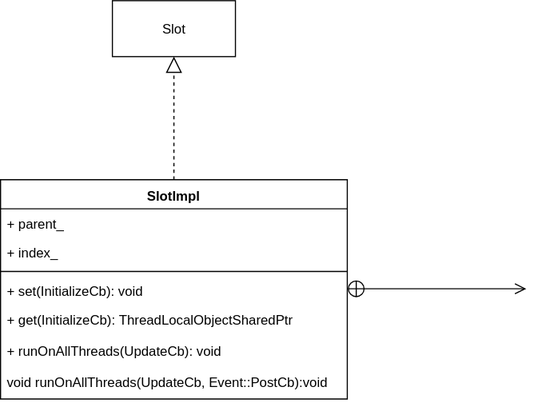
Before: envoy/assets/threadlocalclass.drawio.svg, a diagram exported from draw.io (pycer/note). Source tidied: cells renumbered, new cells last; positions are measured from the earlier drawing's top-left corner, leaving out a move shared by most shapes. Its diagram source:
```xml
<mxGraphModel>
  <root>
    <mxCell id="0" />
    <mxCell id="1" parent="0" />
    <mxCell id="2" value="Slot" style="html=1;" parent="1" vertex="1">
      <mxGeometry x="100" width="110" height="50" as="geometry" />
    </mxCell>
    <mxCell id="3" value="SlotImpl" style="swimlane;fontStyle=1;align=center;verticalAlign=top;horizontal=1;startSize=26;" parent="1" vertex="1">
      <mxGeometry y="160" width="310" height="196" as="geometry" />
    </mxCell>
    <mxCell id="4" value="+ parent_" style="text;strokeColor=none;fillColor=none;align=left;verticalAlign=top;spacingLeft=4;spacingRight=4;overflow=hidden;" parent="3" vertex="1">
      <mxGeometry y="26" width="310" height="26" as="geometry" />
    </mxCell>
    <mxCell id="5" value="+ index_" style="text;strokeColor=none;fillColor=none;align=left;verticalAlign=top;spacingLeft=4;spacingRight=4;overflow=hidden;" parent="3" vertex="1">
      <mxGeometry y="52" width="310" height="26" as="geometry" />
    </mxCell>
    <mxCell id="6" style="line;strokeWidth=1;fillColor=none;align=left;verticalAlign=middle;spacingTop=-1;spacingLeft=3;spacingRight=3;labelPosition=right;" parent="3" vertex="1">
      <mxGeometry y="78" width="310" height="8" as="geometry" />
    </mxCell>
    <mxCell id="7" value="+ set(InitializeCb): void" style="text;strokeColor=none;fillColor=none;align=left;verticalAlign=top;spacingLeft=4;spacingRight=4;overflow=hidden;" parent="3" vertex="1">
      <mxGeometry y="86" width="310" height="26" as="geometry" />
    </mxCell>
    <mxCell id="8" value="+ get(InitializeCb): ThreadLocalObjectSharedPtr" style="text;strokeColor=none;fillColor=none;align=left;verticalAlign=top;spacingLeft=4;spacingRight=4;overflow=hidden;fontColor=#000000;" parent="3" vertex="1">
      <mxGeometry y="112" width="310" height="28" as="geometry" />
    </mxCell>
    <mxCell id="9" value="+ runOnAllThreads(UpdateCb): void" style="text;strokeColor=none;fillColor=none;align=left;verticalAlign=top;spacingLeft=4;spacingRight=4;overflow=hidden;fontColor=#000000;" parent="3" vertex="1">
      <mxGeometry y="140" width="310" height="28" as="geometry" />
    </mxCell>
    <mxCell id="10" value="void runOnAllThreads(UpdateCb, Event::PostCb):void" style="text;strokeColor=none;fillColor=none;align=left;verticalAlign=top;spacingLeft=4;spacingRight=4;overflow=hidden;fontColor=#000000;" parent="3" vertex="1">
      <mxGeometry y="168" width="310" height="28" as="geometry" />
    </mxCell>
    <mxCell id="11" style="endArrow=block;dashed=1;endFill=0;endSize=12;html=1;entryX=0.5;entryY=1;entryDx=0;entryDy=0;exitX=0.5;exitY=0;exitDx=0;exitDy=0;" parent="1" edge="1" source="3" target="2">
      <mxGeometry relative="1" as="geometry" />
    </mxCell>
    <mxCell id="12" style="endArrow=open;startArrow=circlePlus;endFill=0;startFill=0;endSize=8;html=1;fontColor=#000000;" parent="1" edge="1">
      <mxGeometry relative="1" as="geometry">
        <mxPoint x="310" y="257.5" as="sourcePoint" />
        <mxPoint x="470" y="257.5" as="targetPoint" />
      </mxGeometry>
    </mxCell>
  </root>
</mxGraphModel>
```
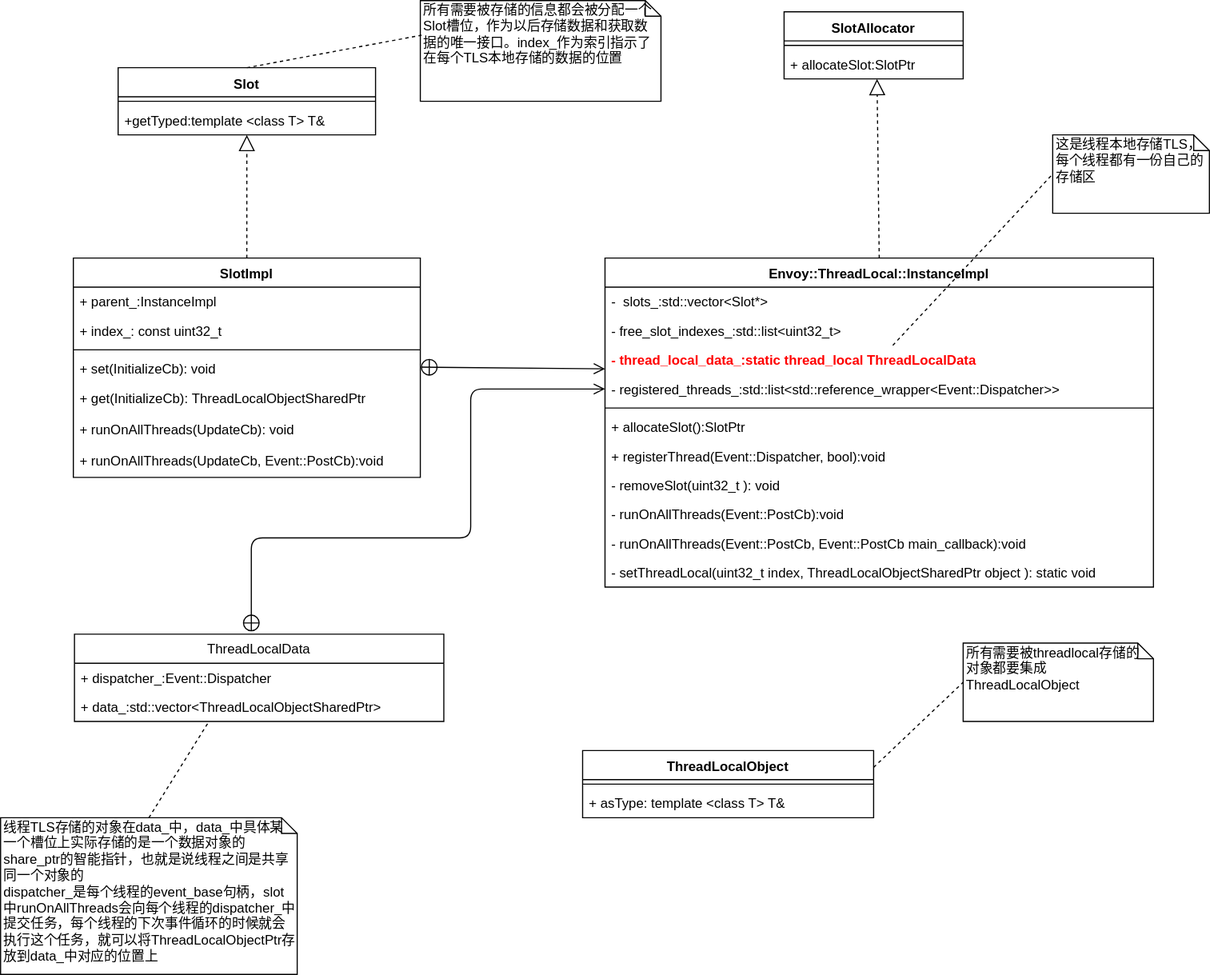
Later version of the same file.

The edit, as a diff of the source:
```diff
@@ -2,16 +2,13 @@
   <root>
     <mxCell id="0" />
     <mxCell id="1" parent="0" />
-    <mxCell id="2" value="Slot" style="html=1;" parent="1" vertex="1">
-      <mxGeometry x="100" width="110" height="50" as="geometry" />
-    </mxCell>
     <mxCell id="3" value="SlotImpl" style="swimlane;fontStyle=1;align=center;verticalAlign=top;horizontal=1;startSize=26;" parent="1" vertex="1">
       <mxGeometry y="160" width="310" height="196" as="geometry" />
     </mxCell>
-    <mxCell id="4" value="+ parent_" style="text;strokeColor=none;fillColor=none;align=left;verticalAlign=top;spacingLeft=4;spacingRight=4;overflow=hidden;" parent="3" vertex="1">
+    <mxCell id="4" value="+ parent_:InstanceImpl" style="text;strokeColor=none;fillColor=none;align=left;verticalAlign=top;spacingLeft=4;spacingRight=4;overflow=hidden;" parent="3" vertex="1">
       <mxGeometry y="26" width="310" height="26" as="geometry" />
     </mxCell>
-    <mxCell id="5" value="+ index_" style="text;strokeColor=none;fillColor=none;align=left;verticalAlign=top;spacingLeft=4;spacingRight=4;overflow=hidden;" parent="3" vertex="1">
+    <mxCell id="5" value="+ index_: const uint32_t" style="text;strokeColor=none;fillColor=none;align=left;verticalAlign=top;spacingLeft=4;spacingRight=4;overflow=hidden;" parent="3" vertex="1">
       <mxGeometry y="52" width="310" height="26" as="geometry" />
     </mxCell>
     <mxCell id="6" style="line;strokeWidth=1;fillColor=none;align=left;verticalAlign=middle;spacingTop=-1;spacingLeft=3;spacingRight=3;labelPosition=right;" parent="3" vertex="1">
@@ -26,17 +23,127 @@
     <mxCell id="9" value="+ runOnAllThreads(UpdateCb): void" style="text;strokeColor=none;fillColor=none;align=left;verticalAlign=top;spacingLeft=4;spacingRight=4;overflow=hidden;fontColor=#000000;" parent="3" vertex="1">
       <mxGeometry y="140" width="310" height="28" as="geometry" />
     </mxCell>
-    <mxCell id="10" value="void runOnAllThreads(UpdateCb, Event::PostCb):void" style="text;strokeColor=none;fillColor=none;align=left;verticalAlign=top;spacingLeft=4;spacingRight=4;overflow=hidden;fontColor=#000000;" parent="3" vertex="1">
+    <mxCell id="10" value="+ runOnAllThreads(UpdateCb, Event::PostCb):void" style="text;strokeColor=none;fillColor=none;align=left;verticalAlign=top;spacingLeft=4;spacingRight=4;overflow=hidden;fontColor=#000000;" parent="3" vertex="1">
       <mxGeometry y="168" width="310" height="28" as="geometry" />
     </mxCell>
-    <mxCell id="11" style="endArrow=block;dashed=1;endFill=0;endSize=12;html=1;entryX=0.5;entryY=1;entryDx=0;entryDy=0;exitX=0.5;exitY=0;exitDx=0;exitDy=0;" parent="1" edge="1" source="3" target="2">
-      <mxGeometry relative="1" as="geometry" />
+    <mxCell id="11" style="endArrow=block;dashed=1;endFill=0;endSize=12;html=1;entryX=0.5;entryY=1;entryDx=0;entryDy=0;exitX=0.5;exitY=0;exitDx=0;exitDy=0;" parent="1" edge="1" source="3">
+      <mxGeometry relative="1" as="geometry">
+        <mxPoint x="155" y="50" as="targetPoint" />
+      </mxGeometry>
     </mxCell>
-    <mxCell id="12" style="endArrow=open;startArrow=circlePlus;endFill=0;startFill=0;endSize=8;html=1;fontColor=#000000;" parent="1" edge="1">
+    <mxCell id="12" style="endArrow=open;startArrow=circlePlus;endFill=0;startFill=0;endSize=8;html=1;fontColor=#000000;entryX=0;entryY=0.808;entryDx=0;entryDy=0;entryPerimeter=0;" parent="1" edge="1" target="16">
       <mxGeometry relative="1" as="geometry">
         <mxPoint x="310" y="257.5" as="sourcePoint" />
-        <mxPoint x="470" y="257.5" as="targetPoint" />
       </mxGeometry>
     </mxCell>
+    <mxCell id="13" value="Envoy::ThreadLocal::InstanceImpl" style="swimlane;fontStyle=1;align=center;verticalAlign=top;horizontal=1;startSize=26;" parent="1" vertex="1">
+      <mxGeometry x="475" y="160" width="490" height="294" as="geometry" />
+    </mxCell>
+    <mxCell id="14" value="-  slots_:std::vector&lt;Slot*&gt;" style="text;strokeColor=none;fillColor=none;align=left;verticalAlign=top;spacingLeft=4;spacingRight=4;overflow=hidden;" parent="13" vertex="1">
+      <mxGeometry y="26" width="490" height="26" as="geometry" />
+    </mxCell>
+    <mxCell id="15" value="- free_slot_indexes_:std::list&lt;uint32_t&gt;" style="text;strokeColor=none;fillColor=none;align=left;verticalAlign=top;spacingLeft=4;spacingRight=4;overflow=hidden;" parent="13" vertex="1">
+      <mxGeometry y="52" width="490" height="26" as="geometry" />
+    </mxCell>
+    <mxCell id="16" value="- thread_local_data_:static thread_local ThreadLocalData" style="text;strokeColor=none;fillColor=none;align=left;verticalAlign=top;spacingLeft=4;spacingRight=4;overflow=hidden;points=[[0,0.5],[1,0.5]];portConstraint=eastwest;fontStyle=1;fontColor=#FF0000;" parent="13" vertex="1">
+      <mxGeometry y="78" width="490" height="26" as="geometry" />
+    </mxCell>
+    <mxCell id="17" value="- registered_threads_:std::list&lt;std::reference_wrapper&lt;Event::Dispatcher&gt;&gt;" style="text;strokeColor=none;fillColor=none;align=left;verticalAlign=top;spacingLeft=4;spacingRight=4;overflow=hidden;points=[[0,0.5],[1,0.5]];portConstraint=eastwest;" parent="13" vertex="1">
+      <mxGeometry y="104" width="490" height="26" as="geometry" />
+    </mxCell>
+    <mxCell id="18" style="line;strokeWidth=1;fillColor=none;align=left;verticalAlign=middle;spacingTop=-1;spacingLeft=3;spacingRight=3;labelPosition=right;" parent="13" vertex="1">
+      <mxGeometry y="130" width="490" height="8" as="geometry" />
+    </mxCell>
+    <mxCell id="19" value="+ allocateSlot():SlotPtr" style="text;strokeColor=none;fillColor=none;align=left;verticalAlign=top;spacingLeft=4;spacingRight=4;overflow=hidden;" parent="13" vertex="1">
+      <mxGeometry y="138" width="490" height="26" as="geometry" />
+    </mxCell>
+    <mxCell id="20" value="+ registerThread(Event::Dispatcher, bool):void" style="text;strokeColor=none;fillColor=none;align=left;verticalAlign=top;spacingLeft=4;spacingRight=4;overflow=hidden;" parent="13" vertex="1">
+      <mxGeometry y="164" width="490" height="26" as="geometry" />
+    </mxCell>
+    <mxCell id="21" value="- removeSlot(uint32_t ): void" style="text;strokeColor=none;fillColor=none;align=left;verticalAlign=top;spacingLeft=4;spacingRight=4;overflow=hidden;" parent="13" vertex="1">
+      <mxGeometry y="190" width="490" height="26" as="geometry" />
+    </mxCell>
+    <mxCell id="22" value="- runOnAllThreads(Event::PostCb):void" style="text;strokeColor=none;fillColor=none;align=left;verticalAlign=top;spacingLeft=4;spacingRight=4;overflow=hidden;" parent="13" vertex="1">
+      <mxGeometry y="216" width="490" height="26" as="geometry" />
+    </mxCell>
+    <mxCell id="23" value="- runOnAllThreads(Event::PostCb, Event::PostCb main_callback):void " style="text;strokeColor=none;fillColor=none;align=left;verticalAlign=top;spacingLeft=4;spacingRight=4;overflow=hidden;" parent="13" vertex="1">
+      <mxGeometry y="242" width="490" height="26" as="geometry" />
+    </mxCell>
+    <mxCell id="24" value="- setThreadLocal(uint32_t index, ThreadLocalObjectSharedPtr object ): static void" style="text;strokeColor=none;fillColor=none;align=left;verticalAlign=top;spacingLeft=4;spacingRight=4;overflow=hidden;" parent="13" vertex="1">
+      <mxGeometry y="268" width="490" height="26" as="geometry" />
+    </mxCell>
+    <mxCell id="25" value="ThreadLocalData" style="swimlane;fontStyle=0;horizontal=1;startSize=26;fillColor=none;fontColor=#000000;" parent="1" vertex="1">
+      <mxGeometry x="1" y="496" width="330" height="78" as="geometry" />
+    </mxCell>
+    <mxCell id="26" value="+ dispatcher_:Event::Dispatcher" style="text;strokeColor=none;fillColor=none;align=left;verticalAlign=top;spacingLeft=4;spacingRight=4;overflow=hidden;" parent="25" vertex="1">
+      <mxGeometry y="26" width="330" height="26" as="geometry" />
+    </mxCell>
+    <mxCell id="27" value="+ data_:std::vector&lt;ThreadLocalObjectSharedPtr&gt;" style="text;strokeColor=none;fillColor=none;align=left;verticalAlign=top;spacingLeft=4;spacingRight=4;overflow=hidden;points=[[0,0.5],[1,0.5]];portConstraint=eastwest;" parent="25" vertex="1">
+      <mxGeometry y="52" width="330" height="26" as="geometry" />
+    </mxCell>
+    <mxCell id="28" style="endArrow=open;startArrow=circlePlus;endFill=0;startFill=0;endSize=8;html=1;fontColor=#000000;edgeStyle=orthogonalEdgeStyle;elbow=vertical;entryX=0;entryY=0.5;entryDx=0;entryDy=0;entryPerimeter=0;" parent="1" edge="1" target="17">
+      <mxGeometry relative="1" as="geometry">
+        <mxPoint x="159" y="494" as="sourcePoint" />
+        <Array as="points">
+          <mxPoint x="159" y="410" />
+          <mxPoint x="355" y="410" />
+          <mxPoint x="355" y="277" />
+        </Array>
+      </mxGeometry>
+    </mxCell>
+    <mxCell id="29" value="这是线程本地存储TLS，每个线程都有一份自己的存储区" style="shape=note;whiteSpace=wrap;html=1;size=14;verticalAlign=top;align=left;spacingTop=-6;fontColor=#000000;" parent="1" vertex="1">
+      <mxGeometry x="875" y="50" width="140" height="70" as="geometry" />
+    </mxCell>
+    <mxCell id="2" value="Slot" style="swimlane;fontStyle=1;align=center;verticalAlign=top;horizontal=1;startSize=26;fontColor=#000000;" parent="1" vertex="1">
+      <mxGeometry x="40" y="-10" width="230" height="60" as="geometry" />
+    </mxCell>
+    <mxCell id="30" style="line;strokeWidth=1;fillColor=none;align=left;verticalAlign=middle;spacingTop=-1;spacingLeft=3;spacingRight=3;labelPosition=right;" parent="2" vertex="1">
+      <mxGeometry y="26" width="230" height="8" as="geometry" />
+    </mxCell>
+    <mxCell id="31" value="+getTyped:template &lt;class T&gt; T&amp;" style="text;strokeColor=none;fillColor=none;align=left;verticalAlign=top;spacingLeft=4;spacingRight=4;overflow=hidden;" parent="2" vertex="1">
+      <mxGeometry y="34" width="230" height="26" as="geometry" />
+    </mxCell>
+    <mxCell id="32" value="SlotAllocator" style="swimlane;fontStyle=1;align=center;verticalAlign=top;horizontal=1;startSize=26;fontColor=#000000;" parent="1" vertex="1">
+      <mxGeometry x="635" y="-60" width="160" height="60" as="geometry" />
+    </mxCell>
+    <mxCell id="33" style="line;strokeWidth=1;fillColor=none;align=left;verticalAlign=middle;spacingTop=-1;spacingLeft=3;spacingRight=3;labelPosition=right;" parent="32" vertex="1">
+      <mxGeometry y="26" width="160" height="8" as="geometry" />
+    </mxCell>
+    <mxCell id="34" value="+ allocateSlot:SlotPtr" style="text;strokeColor=none;fillColor=none;align=left;verticalAlign=top;spacingLeft=4;spacingRight=4;overflow=hidden;points=[[0,0.5],[1,0.5]];portConstraint=eastwest;" parent="32" vertex="1">
+      <mxGeometry y="34" width="160" height="26" as="geometry" />
+    </mxCell>
+    <mxCell id="35" style="endArrow=block;dashed=1;endFill=0;endSize=12;html=1;entryX=0.519;entryY=1;entryDx=0;entryDy=0;exitX=0.5;exitY=0;exitDx=0;exitDy=0;entryPerimeter=0;" parent="1" edge="1" source="13" target="34">
+      <mxGeometry relative="1" as="geometry" />
+    </mxCell>
+    <mxCell id="36" value="ThreadLocalObject" style="swimlane;fontStyle=1;align=center;verticalAlign=top;horizontal=1;startSize=26;fontColor=#000000;" parent="1" vertex="1">
+      <mxGeometry x="455" y="600" width="260" height="60" as="geometry" />
+    </mxCell>
+    <mxCell id="37" style="line;strokeWidth=1;fillColor=none;align=left;verticalAlign=middle;spacingTop=-1;spacingLeft=3;spacingRight=3;labelPosition=right;" parent="36" vertex="1">
+      <mxGeometry y="26" width="260" height="8" as="geometry" />
+    </mxCell>
+    <mxCell id="38" value="+ asType: template &lt;class T&gt; T&amp;&#10; " style="text;strokeColor=none;fillColor=none;align=left;verticalAlign=top;spacingLeft=4;spacingRight=4;overflow=hidden;" parent="36" vertex="1">
+      <mxGeometry y="34" width="260" height="26" as="geometry" />
+    </mxCell>
+    <mxCell id="39" value="所有需要被threadlocal存储的对象都要集成ThreadLocalObject" style="shape=note;whiteSpace=wrap;html=1;size=14;verticalAlign=top;align=left;spacingTop=-6;fontColor=#000000;" parent="1" vertex="1">
+      <mxGeometry x="795" y="504" width="170" height="70" as="geometry" />
+    </mxCell>
+    <mxCell id="40" style="endArrow=none;html=1;dashed=1;fontColor=#000000;entryX=0;entryY=0.5;entryDx=0;entryDy=0;entryPerimeter=0;" parent="1" edge="1" source="16" target="29">
+      <mxGeometry relative="1" as="geometry" />
+    </mxCell>
+    <mxCell id="41" style="endArrow=none;dashed=1;html=1;fontColor=#000000;entryX=0;entryY=0.5;entryDx=0;entryDy=0;entryPerimeter=0;exitX=1;exitY=0.25;exitDx=0;exitDy=0;" parent="1" edge="1" source="36" target="39">
+      <mxGeometry relative="1" as="geometry" />
+    </mxCell>
+    <mxCell id="42" value="所有需要被存储的信息都会被分配一个Slot槽位，作为以后存储数据和获取数据的唯一接口。index_作为索引指示了在每个TLS本地存储的数据的位置" style="shape=note;whiteSpace=wrap;html=1;size=14;verticalAlign=top;align=left;spacingTop=-6;fontColor=#000000;" parent="1" vertex="1">
+      <mxGeometry x="310" y="-70" width="215" height="90" as="geometry" />
+    </mxCell>
+    <mxCell id="43" style="endArrow=none;dashed=1;html=1;fontColor=#000000;entryX=0.005;entryY=0.344;entryDx=0;entryDy=0;entryPerimeter=0;exitX=0.5;exitY=0;exitDx=0;exitDy=0;" parent="1" edge="1" source="2" target="42">
+      <mxGeometry relative="1" as="geometry" />
+    </mxCell>
+    <mxCell id="44" value="线程TLS存储的对象在data_中，data_中具体某一个槽位上实际存储的是一个数据对象的share_ptr的智能指针，也就是说线程之间是共享同一个对象的&lt;br&gt;dispatcher_是每个线程的event_base句柄，slot中runOnAllThreads会向每个线程的dispatcher_中提交任务，每个线程的下次事件循环的时候就会执行这个任务，就可以将ThreadLocalObjectPtr存放到data_中对应的位置上" style="shape=note;whiteSpace=wrap;html=1;size=14;verticalAlign=top;align=left;spacingTop=-6;fontColor=#000000;" parent="1" vertex="1">
+      <mxGeometry x="-65" y="660" width="265" height="140" as="geometry" />
+    </mxCell>
+    <mxCell id="45" style="endArrow=none;dashed=1;html=1;fontColor=#000000;entryX=0.364;entryY=1;entryDx=0;entryDy=0;entryPerimeter=0;exitX=0.5;exitY=0;exitDx=0;exitDy=0;exitPerimeter=0;" parent="1" edge="1" source="44" target="27">
+      <mxGeometry relative="1" as="geometry" />
+    </mxCell>
   </root>
 </mxGraphModel>
```
